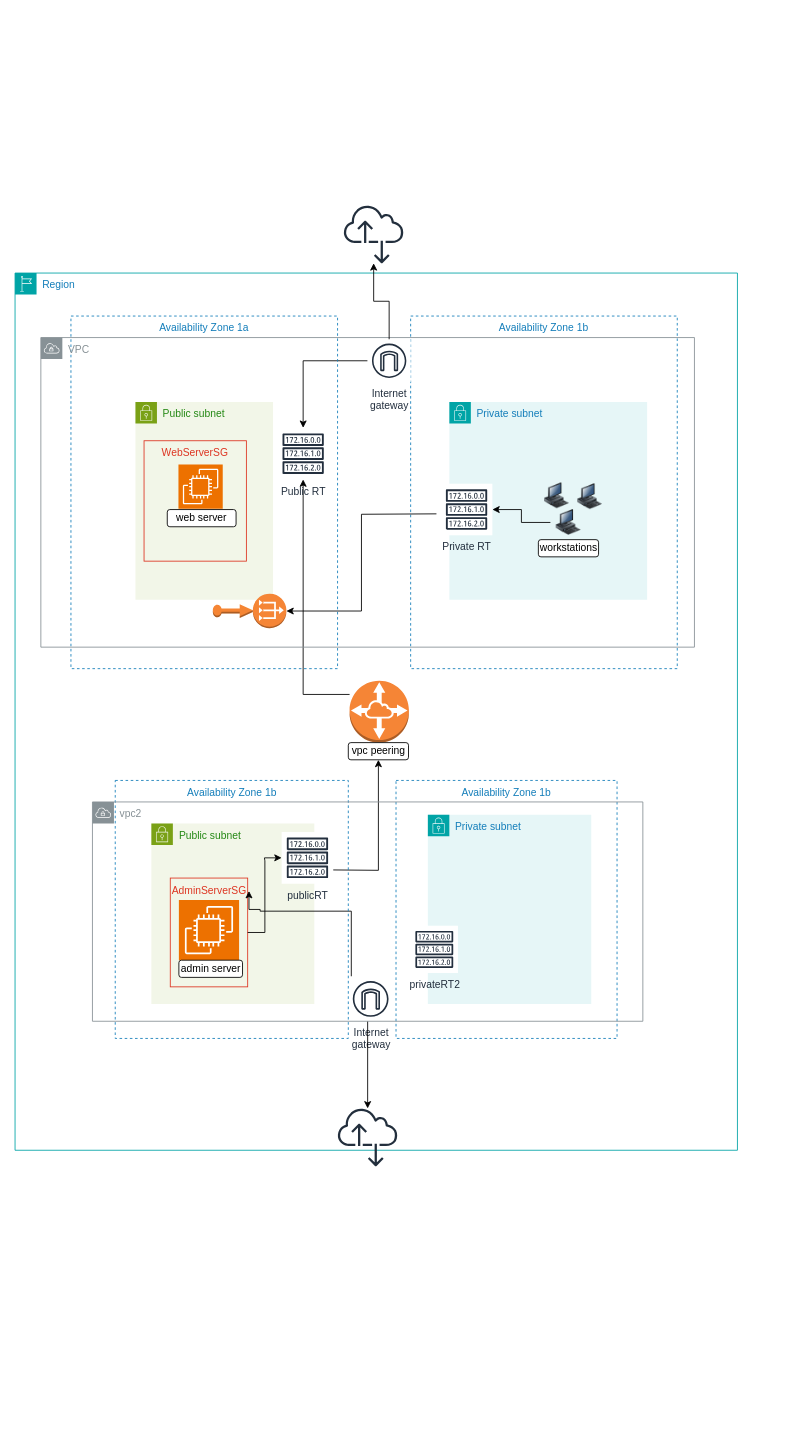
Earlier version of the draw.io diagram 10_Final_Project/diagram_v1.0/FinalProject-v1.0.drawio (techgrounds/techgrounds-FvL69-1). Source tidied: cells renumbered, new cells numbered last; positions are measured from the earlier drawing's top-left corner, leaving out a move shared by most shapes. Both pictures are drawn from the tidied source at 86%, with x=0, y=0 at pixel (15, 204).
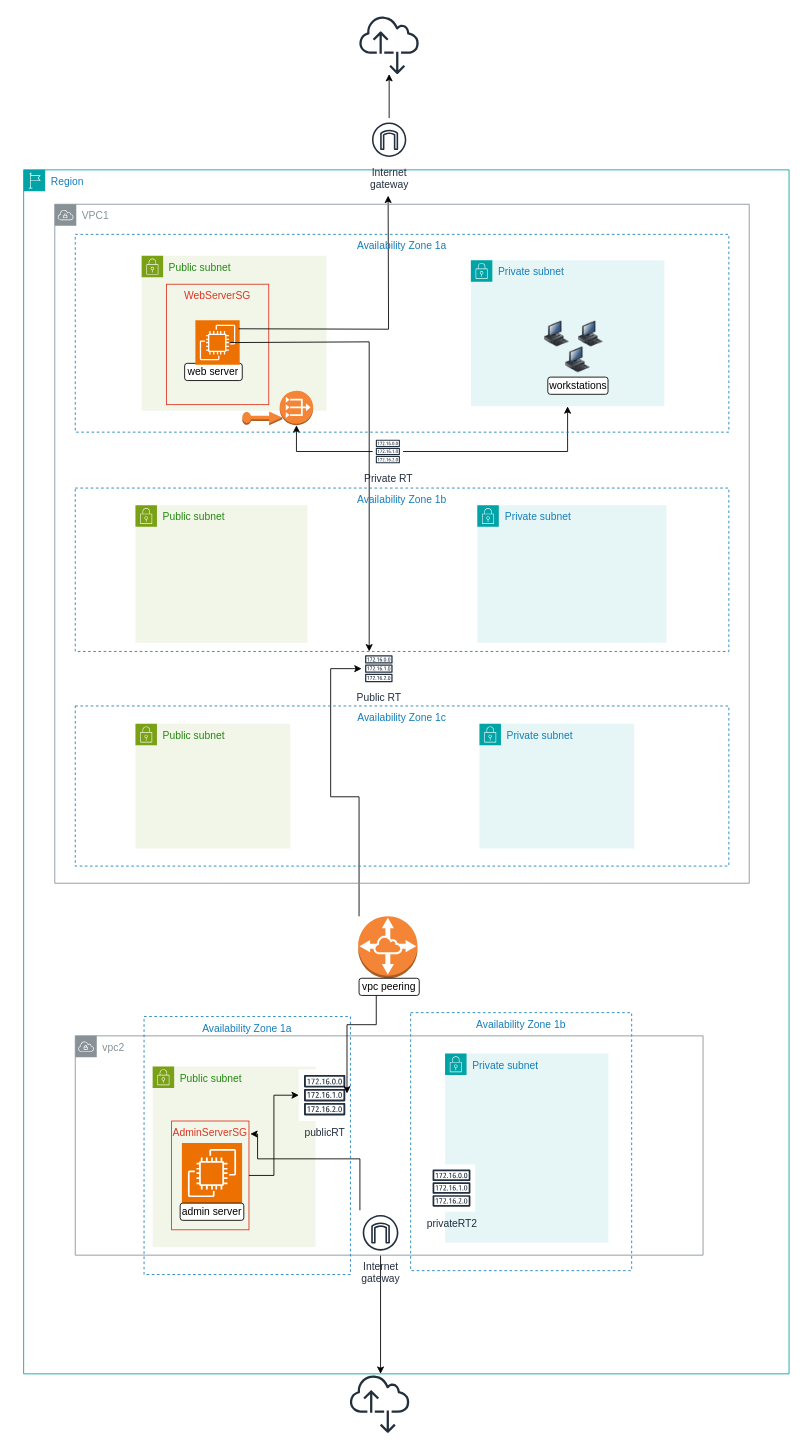
The same diagram, later.

Unchanged cells that the change refers to:
```xml
<mxCell id="31" value="AdminServerSG" style="fillColor=none;strokeColor=#DD3522;verticalAlign=top;fontStyle=0;fontColor=#DD3522;whiteSpace=wrap;html=1;" parent="30" vertex="1">
  <mxGeometry x="22" y="63.5" width="90" height="126.5" as="geometry" />
</mxCell>
```

Diff of the diagram source:
```diff
@@
-    <mxCell id="2" style="edgeStyle=orthogonalEdgeStyle;rounded=0;orthogonalLoop=1;jettySize=auto;html=1;exitX=0.5;exitY=1;exitDx=0;exitDy=0;" parent="1" edge="1" source="4" target="4">
-      <mxGeometry relative="1" as="geometry" />
-    </mxCell>
     <mxCell id="3" style="sketch=0;outlineConnect=0;fontColor=#232F3E;gradientColor=none;fillColor=#232F3D;strokeColor=none;dashed=0;verticalLabelPosition=bottom;verticalAlign=top;align=center;html=1;fontSize=12;fontStyle=0;shape=mxgraph.aws4.internet_alt2;" parent="1" vertex="1">
-      <mxGeometry x="382" width="70" height="70" as="geometry" />
+      <mxGeometry x="400" y="-220" width="70" height="70" as="geometry" />
     </mxCell>
     <mxCell id="4" value="Region" style="points=[[0,0],[0.25,0],[0.5,0],[0.75,0],[1,0],[1,0.25],[1,0.5],[1,0.75],[1,1],[0.75,1],[0.5,1],[0.25,1],[0,1],[0,0.75],[0,0.5],[0,0.25]];outlineConnect=0;gradientColor=none;html=1;whiteSpace=wrap;fontSize=12;fontStyle=0;shape=mxgraph.aws4.group;grIcon=mxgraph.aws4.group_region;strokeColor=#00A4A6;fillColor=none;verticalAlign=top;align=left;spacingLeft=30;fontColor=#147EBA;" parent="1" vertex="1">
-      <mxGeometry y="80" width="840" height="1020" as="geometry" />
+      <mxGeometry x="10" y="-40" width="890" height="1400" as="geometry" />
     </mxCell>
-    <mxCell id="5" style="edgeStyle=orthogonalEdgeStyle;rounded=0;jettySize=auto;html=1;" parent="4" edge="1" source="6" target="13">
-      <mxGeometry relative="1" as="geometry">
-        <Array as="points">
-          <mxPoint x="335" y="490" />
-        </Array>
-      </mxGeometry>
-    </mxCell>
+    <mxCell id="46" style="edgeStyle=orthogonalEdgeStyle;rounded=0;jettySize=auto;html=1;" parent="4" edge="1" target="13">
+      <mxGeometry relative="1" as="geometry">
+        <mxPoint x="390" y="868" as="sourcePoint" />
+        <Array as="points">
+          <mxPoint x="390" y="729" />
+          <mxPoint x="357" y="729" />
+          <mxPoint x="357" y="580" />
+        </Array>
+      </mxGeometry>
+    </mxCell>
     <mxCell id="6" style="outlineConnect=0;dashed=0;verticalLabelPosition=bottom;verticalAlign=top;align=center;html=1;shape=mxgraph.aws3.vpc_peering;fillColor=#F58536;gradientColor=none;" parent="4" vertex="1">
-      <mxGeometry x="389" y="474" width="69" height="72" as="geometry" />
+      <mxGeometry x="389" y="868" width="69" height="72" as="geometry" />
     </mxCell>
-    <mxCell id="7" value="Availability Zone 1b" style="fillColor=none;strokeColor=#147EBA;verticalAlign=top;fontStyle=0;fontColor=#147EBA;whiteSpace=wrap;html=1;dashed=1;" parent="4" vertex="1">
-      <mxGeometry x="460" y="50" width="310" height="410" as="geometry" />
-    </mxCell>
-    <mxCell id="8" style="edgeStyle=orthogonalEdgeStyle;rounded=0;jettySize=auto;html=1;entryX=1;entryY=0.5;entryDx=0;entryDy=0;entryPerimeter=0;" parent="4" edge="1" target="16">
-      <mxGeometry relative="1" as="geometry">
-        <mxPoint x="490" y="280" as="sourcePoint" />
-      </mxGeometry>
-    </mxCell>
-    <mxCell id="9" style="edgeStyle=orthogonalEdgeStyle;rounded=0;jettySize=auto;html=1;" parent="4" edge="1" source="10" target="13">
-      <mxGeometry relative="1" as="geometry" />
-    </mxCell>
-    <mxCell id="10" value="Internet&#10;gateway" style="sketch=0;outlineConnect=0;fontColor=#232F3E;gradientColor=none;strokeColor=#232F3E;fillColor=#ffffff;dashed=0;verticalLabelPosition=bottom;verticalAlign=top;align=center;html=1;fontSize=12;fontStyle=0;shape=mxgraph.aws4.resourceIcon;resIcon=mxgraph.aws4.internet_gateway;" parent="4" vertex="1">
-      <mxGeometry x="410" y="77" width="50" height="50" as="geometry" />
-    </mxCell>
     <mxCell id="11" value="vpc peering" style="rounded=1;whiteSpace=wrap;html=1;" parent="4" vertex="1">
-      <mxGeometry x="387.5" y="546" width="70" height="20" as="geometry" />
+      <mxGeometry x="390" y="940" width="70" height="20" as="geometry" />
     </mxCell>
-    <mxCell id="12" style="edgeStyle=orthogonalEdgeStyle;rounded=0;jettySize=auto;html=1;" parent="4" edge="1" target="11">
-      <mxGeometry relative="1" as="geometry">
-        <mxPoint x="362.5" y="694" as="sourcePoint" />
-      </mxGeometry>
-    </mxCell>
     <mxCell id="13" value="Public RT" style="sketch=0;outlineConnect=0;fontColor=#232F3E;gradientColor=none;strokeColor=#232F3E;fillColor=#ffffff;dashed=0;verticalLabelPosition=bottom;verticalAlign=top;align=center;html=1;fontSize=12;fontStyle=0;shape=mxgraph.aws4.resourceIcon;resIcon=mxgraph.aws4.route_table;" parent="4" vertex="1">
-      <mxGeometry x="305" y="180" width="60" height="60" as="geometry" />
+      <mxGeometry x="393" y="560" width="40" height="40" as="geometry" />
     </mxCell>
     <mxCell id="14" value="Public subnet" style="gradientColor=none;html=1;whiteSpace=wrap;fontSize=12;fontStyle=0;shape=mxgraph.aws4.group;grIcon=mxgraph.aws4.group_security_group;grStroke=0;strokeColor=#7AA116;fillColor=#F2F6E8;verticalAlign=top;align=left;spacingLeft=30;fontColor=#248814;dashed=0;" parent="4" vertex="1">
-      <mxGeometry x="140" y="150" width="160" height="230" as="geometry" />
+      <mxGeometry x="137.2" y="100" width="215" height="180" as="geometry" />
     </mxCell>
     <mxCell id="15" value="web server" style="rounded=1;whiteSpace=wrap;html=1;" parent="14" vertex="1">
-      <mxGeometry x="37" y="125" width="80" height="20" as="geometry" />
+      <mxGeometry x="50" y="125" width="67" height="20" as="geometry" />
     </mxCell>
-    <mxCell id="16" style="outlineConnect=0;dashed=0;verticalLabelPosition=bottom;verticalAlign=top;align=center;html=1;shape=mxgraph.aws3.vpc_nat_gateway;fillColor=#F58536;gradientColor=none;" parent="4" vertex="1">
-      <mxGeometry x="276.5" y="373" width="39" height="40" as="geometry" />
+    <mxCell id="16" style="outlineConnect=0;dashed=0;verticalLabelPosition=bottom;verticalAlign=top;align=center;html=1;shape=mxgraph.aws3.vpc_nat_gateway;fillColor=#F58536;gradientColor=none;" parent="14" vertex="1">
+      <mxGeometry x="160.5" y="157" width="39" height="40" as="geometry" />
     </mxCell>
+    <mxCell id="27" style="dashed=0;verticalLabelPosition=bottom;verticalAlign=top;align=center;html=1;shape=mxgraph.aws3.elastic_ip;fillColor=#F58534;gradientColor=none;" parent="14" vertex="1">
+      <mxGeometry x="117" y="181" width="46.5" height="16" as="geometry" />
+    </mxCell>
+    <mxCell id="18" style="sketch=0;fontColor=#232F3E;fillColor=#ED7100;strokeColor=#ffffff;dashed=0;verticalLabelPosition=bottom;verticalAlign=top;align=center;html=1;fontSize=12;fontStyle=0;shape=mxgraph.aws4.resourceIcon;resIcon=mxgraph.aws4.ec2;" parent="14" vertex="1">
+      <mxGeometry x="62.5" y="75" width="51.5" height="51.5" as="geometry" />
+    </mxCell>
-    <mxCell id="17" value="WebServerSG" style="fillColor=none;strokeColor=#DD3522;verticalAlign=top;fontStyle=0;fontColor=#DD3522;whiteSpace=wrap;html=1;" parent="4" vertex="1">
-      <mxGeometry x="150" y="195" width="119" height="140" as="geometry" />
+    <mxCell id="17" value="WebServerSG" style="fillColor=none;strokeColor=#DD3522;verticalAlign=top;fontStyle=0;fontColor=#DD3522;whiteSpace=wrap;html=1;" parent="14" vertex="1">
+      <mxGeometry x="28.8" y="33" width="119" height="140" as="geometry" />
     </mxCell>
-    <mxCell id="18" style="sketch=0;fontColor=#232F3E;fillColor=#ED7100;strokeColor=#ffffff;dashed=0;verticalLabelPosition=bottom;verticalAlign=top;align=center;html=1;fontSize=12;fontStyle=0;shape=mxgraph.aws4.resourceIcon;resIcon=mxgraph.aws4.ec2;" parent="4" vertex="1">
-      <mxGeometry x="190" y="222.5" width="51.5" height="51.5" as="geometry" />
-    </mxCell>
     <mxCell id="19" value="Private subnet" style="points=[[0,0],[0.25,0],[0.5,0],[0.75,0],[1,0],[1,0.25],[1,0.5],[1,0.75],[1,1],[0.75,1],[0.5,1],[0.25,1],[0,1],[0,0.75],[0,0.5],[0,0.25]];outlineConnect=0;gradientColor=none;html=1;whiteSpace=wrap;fontSize=12;fontStyle=0;shape=mxgraph.aws4.group;grIcon=mxgraph.aws4.group_security_group;grStroke=0;strokeColor=#00A4A6;fillColor=#E6F6F7;verticalAlign=top;align=left;spacingLeft=30;fontColor=#147EBA;dashed=0;" parent="4" vertex="1">
-      <mxGeometry x="505" y="150" width="230" height="230" as="geometry" />
+      <mxGeometry x="520" y="105" width="225" height="170" as="geometry" />
     </mxCell>
     <mxCell id="20" style="image;html=1;image=img/lib/clip_art/computers/Workstation_128x128.png;" parent="19" vertex="1">
-      <mxGeometry x="143.5" y="95" width="40" height="30" as="geometry" />
+      <mxGeometry x="119.5" y="71" width="40" height="30" as="geometry" />
     </mxCell>
     <mxCell id="21" style="image;html=1;image=img/lib/clip_art/computers/Workstation_128x128.png;" parent="19" vertex="1">
-      <mxGeometry x="117.5" y="125" width="42" height="30" as="geometry" />
+      <mxGeometry x="103.5" y="101" width="42" height="30" as="geometry" />
     </mxCell>
     <mxCell id="22" value="workstations" style="rounded=1;whiteSpace=wrap;html=1;" parent="19" vertex="1">
-      <mxGeometry x="103.5" y="160" width="70" height="20" as="geometry" />
+      <mxGeometry x="89.5" y="136" width="70" height="20" as="geometry" />
     </mxCell>
@@
-    <mxCell id="24" style="image;html=1;image=img/lib/clip_art/computers/Workstation_128x128.png;" parent="4" vertex="1">
-      <mxGeometry x="615" y="244" width="30" height="30" as="geometry" />
+    <mxCell id="24" style="image;html=1;image=img/lib/clip_art/computers/Workstation_128x128.png;" parent="19" vertex="1">
+      <mxGeometry x="85" y="71" width="30" height="30" as="geometry" />
     </mxCell>
+    <mxCell id="47" style="edgeStyle=orthogonalEdgeStyle;rounded=0;jettySize=auto;html=1;" parent="4" edge="1" source="25" target="19">
+      <mxGeometry relative="1" as="geometry" />
+    </mxCell>
+    <mxCell id="48" style="edgeStyle=orthogonalEdgeStyle;rounded=0;jettySize=auto;html=1;" parent="4" edge="1" source="25" target="16">
+      <mxGeometry relative="1" as="geometry" />
+    </mxCell>
     <mxCell id="25" value="Private RT" style="sketch=0;outlineConnect=0;fontColor=#232F3E;gradientColor=none;strokeColor=#232F3E;fillColor=#ffffff;dashed=0;verticalLabelPosition=bottom;verticalAlign=top;align=center;html=1;fontSize=12;fontStyle=0;shape=mxgraph.aws4.resourceIcon;resIcon=mxgraph.aws4.route_table;" parent="4" vertex="1">
-      <mxGeometry x="495" y="245" width="60" height="60" as="geometry" />
+      <mxGeometry x="406" y="310" width="35" height="35" as="geometry" />
     </mxCell>
-    <mxCell id="26" style="edgeStyle=orthogonalEdgeStyle;rounded=0;jettySize=auto;html=1;" parent="4" edge="1" source="21" target="25">
-      <mxGeometry relative="1" as="geometry" />
-    </mxCell>
-    <mxCell id="27" style="dashed=0;verticalLabelPosition=bottom;verticalAlign=top;align=center;html=1;shape=mxgraph.aws3.elastic_ip;fillColor=#F58534;gradientColor=none;" parent="4" vertex="1">
-      <mxGeometry x="230" y="385" width="46.5" height="16" as="geometry" />
-    </mxCell>
-    <mxCell id="28" value="Availability Zone 1a" style="fillColor=none;strokeColor=#147EBA;verticalAlign=top;fontStyle=0;fontColor=#147EBA;whiteSpace=wrap;html=1;dashed=1;" parent="4" vertex="1">
-      <mxGeometry x="65" y="50" width="310" height="410" as="geometry" />
-    </mxCell>
-    <mxCell id="29" value="VPC" style="sketch=0;gradientColor=none;html=1;whiteSpace=wrap;fontSize=12;fontStyle=0;shape=mxgraph.aws4.group;grIcon=mxgraph.aws4.group_vpc;strokeColor=#879196;fillColor=none;verticalAlign=top;align=left;spacingLeft=30;fontColor=#879196;dashed=0;" parent="4" vertex="1">
-      <mxGeometry x="30" y="75" width="760" height="360" as="geometry" />
-    </mxCell>
     <mxCell id="30" value="Public subnet" style="gradientColor=none;html=1;whiteSpace=wrap;fontSize=12;fontStyle=0;shape=mxgraph.aws4.group;grIcon=mxgraph.aws4.group_security_group;grStroke=0;strokeColor=#7AA116;fillColor=#F2F6E8;verticalAlign=top;align=left;spacingLeft=30;fontColor=#248814;dashed=0;" parent="4" vertex="1">
-      <mxGeometry x="158.5" y="640" width="189.5" height="210" as="geometry" />
+      <mxGeometry x="150" y="1042.5" width="189.5" height="210" as="geometry" />
     </mxCell>
@@
     <mxCell id="32" style="sketch=0;fontColor=#232F3E;fillColor=#ED7100;strokeColor=#ffffff;dashed=0;verticalLabelPosition=bottom;verticalAlign=top;align=center;html=1;fontSize=12;fontStyle=0;shape=mxgraph.aws4.resourceIcon;resIcon=mxgraph.aws4.ec2;" parent="30" vertex="1">
-      <mxGeometry x="32" y="89" width="70" height="70" as="geometry" />
+      <mxGeometry x="34" y="89" width="70" height="70" as="geometry" />
     </mxCell>
@@
     <mxCell id="34" style="edgeStyle=orthogonalEdgeStyle;rounded=0;jettySize=auto;html=1;entryX=1.017;entryY=0.119;entryDx=0;entryDy=0;entryPerimeter=0;" parent="4" edge="1" source="35" target="31">
       <mxGeometry relative="1" as="geometry">
         <Array as="points">
-          <mxPoint x="391" y="742" />
-          <mxPoint x="285" y="742" />
-          <mxPoint x="285" y="740" />
-          <mxPoint x="272" y="740" />
+          <mxPoint x="391" y="1150" />
+          <mxPoint x="272" y="1150" />
+          <mxPoint x="272" y="1121" />
         </Array>
       </mxGeometry>
     </mxCell>
+    <mxCell id="49" style="edgeStyle=orthogonalEdgeStyle;rounded=0;jettySize=auto;html=1;" parent="4" edge="1" source="35" target="4">
+      <mxGeometry relative="1" as="geometry">
+        <Array as="points">
+          <mxPoint x="420" y="1220" />
+          <mxPoint x="420" y="1220" />
+        </Array>
+      </mxGeometry>
+    </mxCell>
     <mxCell id="35" value="Internet&#10;gateway" style="sketch=0;outlineConnect=0;fontColor=#232F3E;gradientColor=none;strokeColor=#232F3E;fillColor=#ffffff;dashed=0;verticalLabelPosition=bottom;verticalAlign=top;align=center;html=1;fontSize=12;fontStyle=0;shape=mxgraph.aws4.resourceIcon;resIcon=mxgraph.aws4.internet_gateway;" parent="4" vertex="1">
-      <mxGeometry x="387.5" y="818" width="52" height="52" as="geometry" />
+      <mxGeometry x="389" y="1210" width="52" height="52" as="geometry" />
     </mxCell>
     <mxCell id="36" value="Private subnet" style="gradientColor=none;html=1;whiteSpace=wrap;fontSize=12;fontStyle=0;shape=mxgraph.aws4.group;grIcon=mxgraph.aws4.group_security_group;grStroke=0;strokeColor=#00A4A6;fillColor=#E6F6F7;verticalAlign=top;align=left;spacingLeft=30;fontColor=#147EBA;dashed=0;" parent="4" vertex="1">
-      <mxGeometry x="480" y="630" width="190" height="220" as="geometry" />
+      <mxGeometry x="490" y="1027.5" width="190" height="220" as="geometry" />
     </mxCell>
@@
     <mxCell id="38" value="Availability Zone 1b" style="fillColor=none;strokeColor=#147EBA;dashed=1;verticalAlign=top;fontStyle=0;fontColor=#147EBA;whiteSpace=wrap;html=1;" parent="4" vertex="1">
-      <mxGeometry x="443" y="590" width="257" height="300" as="geometry" />
+      <mxGeometry x="450" y="980" width="257" height="300" as="geometry" />
     </mxCell>
     <mxCell id="39" value="publicRT" style="sketch=0;outlineConnect=0;fontColor=#232F3E;gradientColor=none;strokeColor=#232F3E;fillColor=#ffffff;dashed=0;verticalLabelPosition=bottom;verticalAlign=top;align=center;html=1;fontSize=12;fontStyle=0;shape=mxgraph.aws4.resourceIcon;resIcon=mxgraph.aws4.route_table;" parent="4" vertex="1">
-      <mxGeometry x="310" y="650" width="60" height="60" as="geometry" />
+      <mxGeometry x="320" y="1046" width="60" height="60" as="geometry" />
     </mxCell>
@@
+    <mxCell id="43" value="vpc2" style="sketch=0;outlineConnect=0;gradientColor=none;html=1;whiteSpace=wrap;fontSize=12;fontStyle=0;shape=mxgraph.aws4.group;grIcon=mxgraph.aws4.group_vpc;strokeColor=#879196;fillColor=none;verticalAlign=top;align=left;spacingLeft=30;fontColor=#879196;dashed=0;" parent="4" vertex="1">
+      <mxGeometry x="60" y="1007" width="730" height="255" as="geometry" />
+    </mxCell>
-    <mxCell id="41" value="Availability Zone 1b" style="fillColor=none;strokeColor=#147EBA;dashed=1;verticalAlign=top;fontStyle=0;fontColor=#147EBA;whiteSpace=wrap;html=1;" parent="4" vertex="1">
-      <mxGeometry x="116.5" y="590" width="271" height="300" as="geometry" />
+    <mxCell id="41" value="Availability Zone 1a" style="fillColor=none;strokeColor=#147EBA;dashed=1;verticalAlign=top;fontStyle=0;fontColor=#147EBA;whiteSpace=wrap;html=1;" parent="4" vertex="1">
+      <mxGeometry x="140" y="984.5" width="240" height="300" as="geometry" />
     </mxCell>
-    <mxCell id="42" style="edgeStyle=orthogonalEdgeStyle;rounded=0;jettySize=auto;html=1;" parent="4" edge="1" source="43" target="44">
-      <mxGeometry relative="1" as="geometry" />
-    </mxCell>
-    <mxCell id="43" value="vpc2" style="sketch=0;outlineConnect=0;gradientColor=none;html=1;whiteSpace=wrap;fontSize=12;fontStyle=0;shape=mxgraph.aws4.group;grIcon=mxgraph.aws4.group_vpc;strokeColor=#879196;fillColor=none;verticalAlign=top;align=left;spacingLeft=30;fontColor=#879196;dashed=0;" parent="4" vertex="1">
-      <mxGeometry x="90" y="615" width="640" height="255" as="geometry" />
-    </mxCell>
+    <mxCell id="50" style="edgeStyle=orthogonalEdgeStyle;rounded=0;jettySize=auto;html=1;entryX=0.933;entryY=0.467;entryDx=0;entryDy=0;entryPerimeter=0;" parent="4" edge="1" source="11" target="39">
+      <mxGeometry relative="1" as="geometry">
+        <Array as="points">
+          <mxPoint x="410" y="994" />
+          <mxPoint x="376" y="994" />
+        </Array>
+      </mxGeometry>
+    </mxCell>
+    <mxCell id="51" value="Public subnet" style="gradientColor=none;html=1;whiteSpace=wrap;fontSize=12;fontStyle=0;shape=mxgraph.aws4.group;grIcon=mxgraph.aws4.group_security_group;grStroke=0;strokeColor=#7AA116;fillColor=#F2F6E8;verticalAlign=top;align=left;spacingLeft=30;fontColor=#248814;dashed=0;" parent="4" vertex="1">
+      <mxGeometry x="130" y="644" width="180" height="145" as="geometry" />
+    </mxCell>
+    <mxCell id="52" value="Private subnet" style="gradientColor=none;html=1;whiteSpace=wrap;fontSize=12;fontStyle=0;shape=mxgraph.aws4.group;grIcon=mxgraph.aws4.group_security_group;grStroke=0;strokeColor=#00A4A6;fillColor=#E6F6F7;verticalAlign=top;align=left;spacingLeft=30;fontColor=#147EBA;dashed=0;" parent="4" vertex="1">
+      <mxGeometry x="530" y="644" width="180" height="145" as="geometry" />
+    </mxCell>
+    <mxCell id="53" value="Public subnet" style="gradientColor=none;html=1;whiteSpace=wrap;fontSize=12;fontStyle=0;shape=mxgraph.aws4.group;grIcon=mxgraph.aws4.group_security_group;grStroke=0;strokeColor=#7AA116;fillColor=#F2F6E8;verticalAlign=top;align=left;spacingLeft=30;fontColor=#248814;dashed=0;" parent="4" vertex="1">
+      <mxGeometry x="130" y="390" width="200" height="160" as="geometry" />
+    </mxCell>
+    <mxCell id="54" value="Private subnet" style="gradientColor=none;html=1;whiteSpace=wrap;fontSize=12;fontStyle=0;shape=mxgraph.aws4.group;grIcon=mxgraph.aws4.group_security_group;grStroke=0;strokeColor=#00A4A6;fillColor=#E6F6F7;verticalAlign=top;align=left;spacingLeft=30;fontColor=#147EBA;dashed=0;" parent="4" vertex="1">
+      <mxGeometry x="527.5" y="390" width="220" height="160" as="geometry" />
+    </mxCell>
+    <mxCell id="55" value="Availability Zone 1c" style="fillColor=none;strokeColor=#147EBA;dashed=1;verticalAlign=top;fontStyle=0;fontColor=#147EBA;whiteSpace=wrap;html=1;" parent="4" vertex="1">
+      <mxGeometry x="60" y="623.4" width="760" height="186.2" as="geometry" />
+    </mxCell>
+    <mxCell id="56" style="edgeStyle=orthogonalEdgeStyle;rounded=0;orthogonalLoop=1;jettySize=auto;html=1;" parent="4" edge="1">
+      <mxGeometry relative="1" as="geometry">
+        <mxPoint x="240" y="200.8" as="sourcePoint" />
+        <mxPoint x="401.8" y="560" as="targetPoint" />
+        <Array as="points">
+          <mxPoint x="248.8" y="201" />
+          <mxPoint x="388.8" y="200" />
+        </Array>
+      </mxGeometry>
+    </mxCell>
+    <mxCell id="57" style="edgeStyle=orthogonalEdgeStyle;rounded=0;orthogonalLoop=1;jettySize=auto;html=1;" parent="4" edge="1">
+      <mxGeometry relative="1" as="geometry">
+        <mxPoint x="250" y="184.8" as="sourcePoint" />
+        <mxPoint x="423.8" y="30" as="targetPoint" />
+      </mxGeometry>
+    </mxCell>
+    <mxCell id="7" value="Availability Zone 1b" style="fillColor=none;strokeColor=#147EBA;verticalAlign=top;fontStyle=0;fontColor=#147EBA;whiteSpace=wrap;html=1;dashed=1;" parent="4" vertex="1">
+      <mxGeometry x="60" y="370" width="760" height="190" as="geometry" />
+    </mxCell>
+    <mxCell id="28" value="Availability Zone 1a" style="fillColor=none;strokeColor=#147EBA;verticalAlign=top;fontStyle=0;fontColor=#147EBA;whiteSpace=wrap;html=1;dashed=1;" parent="4" vertex="1">
+      <mxGeometry x="60" y="75" width="760" height="230" as="geometry" />
+    </mxCell>
+    <mxCell id="29" value="VPC1" style="sketch=0;gradientColor=none;html=1;whiteSpace=wrap;fontSize=12;fontStyle=0;shape=mxgraph.aws4.group;grIcon=mxgraph.aws4.group_vpc;strokeColor=#879196;fillColor=none;verticalAlign=top;align=left;spacingLeft=30;fontColor=#879196;dashed=0;" parent="4" vertex="1">
+      <mxGeometry x="36.2" y="40" width="807.5" height="789.5" as="geometry" />
+    </mxCell>
+    <mxCell id="45" style="edgeStyle=orthogonalEdgeStyle;rounded=0;jettySize=auto;html=1;" parent="1" edge="1" source="10" target="3">
+      <mxGeometry relative="1" as="geometry" />
+    </mxCell>
-    <mxCell id="44" style="sketch=0;outlineConnect=0;fontColor=#232F3E;gradientColor=none;fillColor=#232F3D;strokeColor=none;dashed=0;verticalLabelPosition=bottom;verticalAlign=top;align=center;html=1;fontSize=12;fontStyle=0;shape=mxgraph.aws4.internet_alt2;" parent="4" vertex="1">
-      <mxGeometry x="375" y="970" width="70" height="70" as="geometry" />
+    <mxCell id="44" style="sketch=0;outlineConnect=0;fontColor=#232F3E;gradientColor=none;fillColor=#232F3D;strokeColor=none;dashed=0;verticalLabelPosition=bottom;verticalAlign=top;align=center;html=1;fontSize=12;fontStyle=0;shape=mxgraph.aws4.internet_alt2;" parent="1" vertex="1">
+      <mxGeometry x="389" y="1360" width="70" height="70" as="geometry" />
     </mxCell>
-    <mxCell id="45" style="edgeStyle=orthogonalEdgeStyle;rounded=0;jettySize=auto;html=1;" parent="1" edge="1" source="10" target="3">
-      <mxGeometry relative="1" as="geometry" />
-    </mxCell>
+    <mxCell id="10" value="Internet&#10;gateway" style="sketch=0;outlineConnect=0;fontColor=#232F3E;gradientColor=none;strokeColor=#232F3E;fillColor=#ffffff;dashed=0;verticalLabelPosition=bottom;verticalAlign=top;align=center;html=1;fontSize=12;fontStyle=0;shape=mxgraph.aws4.resourceIcon;resIcon=mxgraph.aws4.internet_gateway;" parent="1" vertex="1">
+      <mxGeometry x="410" y="-100" width="50" height="50" as="geometry" />
+    </mxCell>
```
